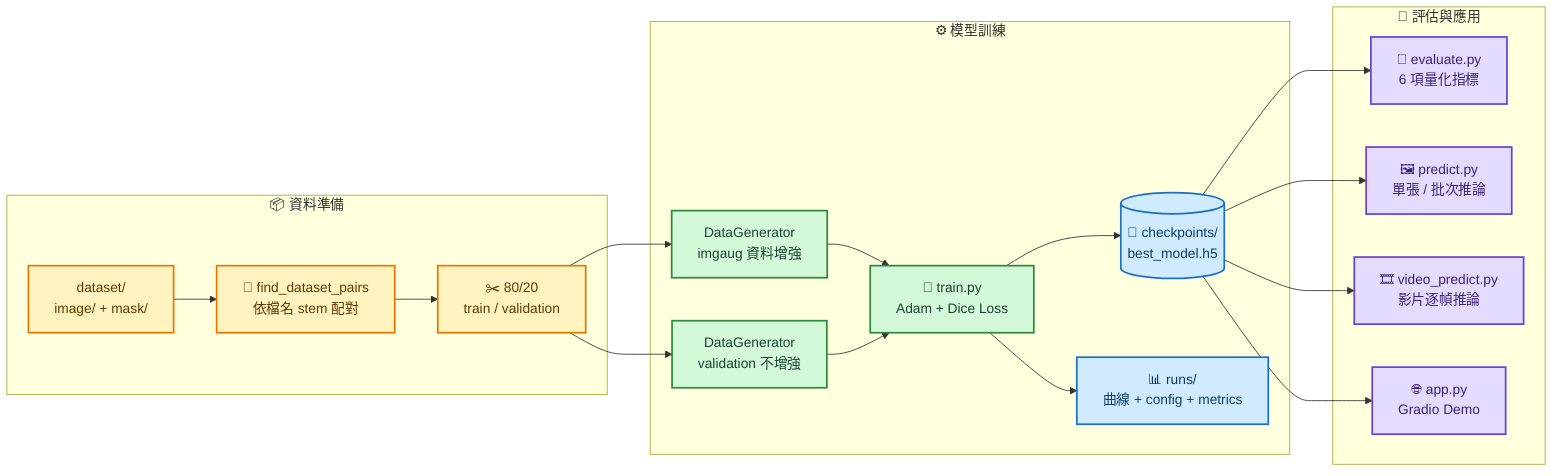
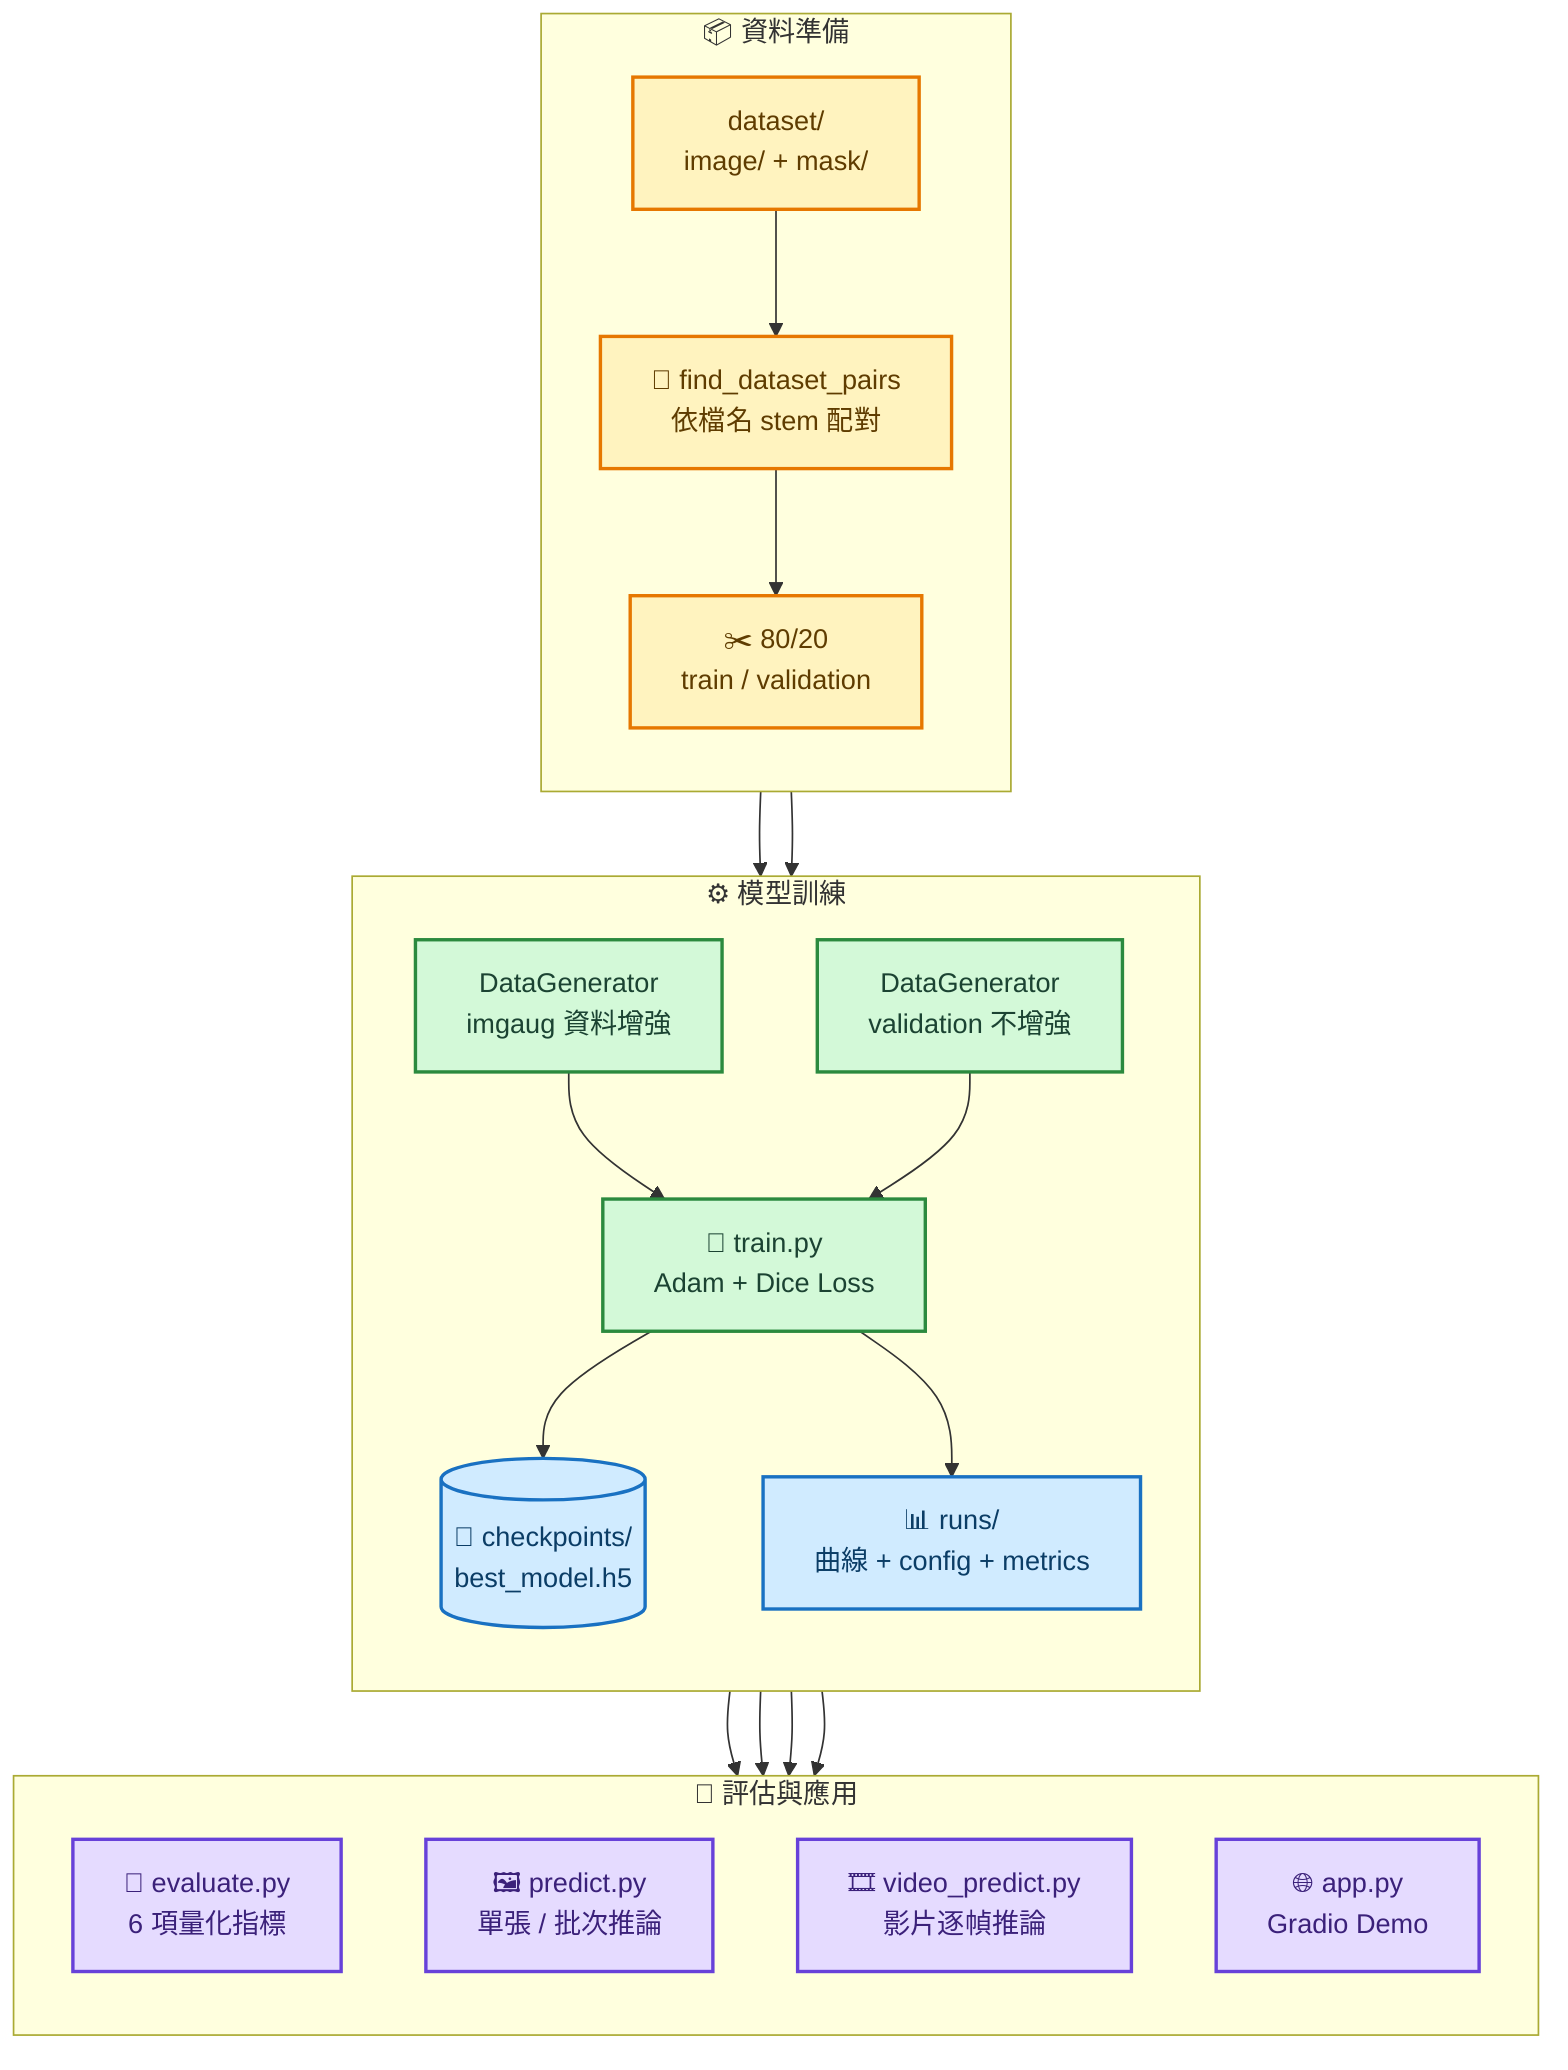
- flowchart LR
+ flowchart TD
    subgraph Data["📦 資料準備"]
+         direction TB
        Dataset["dataset/<br/>image/ + mask/"] --> Pair["🔗 find_dataset_pairs<br/>依檔名 stem 配對"]
        Pair --> Split["✂️ 80/20<br/>train / validation"]
    end

    subgraph Training["⚙️ 模型訓練"]
+         direction TB
        Split --> TrainGen["DataGenerator<br/>imgaug 資料增強"]
        Split --> ValGen["DataGenerator<br/>validation 不增強"]
        TrainGen --> Fit["🚀 train.py<br/>Adam + Dice Loss"]
        ValGen --> Fit
        Fit --> Checkpoint[("💾 checkpoints/<br/>best_model.h5")]
        Fit --> Runs["📊 runs/<br/>曲線 + config + metrics"]
    end

    subgraph Application["🎯 評估與應用"]
+         direction TB
        Checkpoint --> Evaluate["📏 evaluate.py<br/>6 項量化指標"]
        Checkpoint --> Predict["🖼️ predict.py<br/>單張 / 批次推論"]
        Checkpoint --> Video["🎞️ video_predict.py<br/>影片逐幀推論"]
        Checkpoint --> Demo["🌐 app.py<br/>Gradio Demo"]
    end

    classDef data fill:#FFF3BF,stroke:#E67700,stroke-width:2px,color:#5F3C00
    classDef process fill:#D3F9D8,stroke:#2B8A3E,stroke-width:2px,color:#1B4332
    classDef artifact fill:#D0EBFF,stroke:#1971C2,stroke-width:2px,color:#0B3D66
    classDef output fill:#E5DBFF,stroke:#6741D9,stroke-width:2px,color:#3B217A

    class Dataset,Pair,Split data
    class TrainGen,ValGen,Fit process
    class Checkpoint,Runs artifact
    class Evaluate,Predict,Video,Demo output
